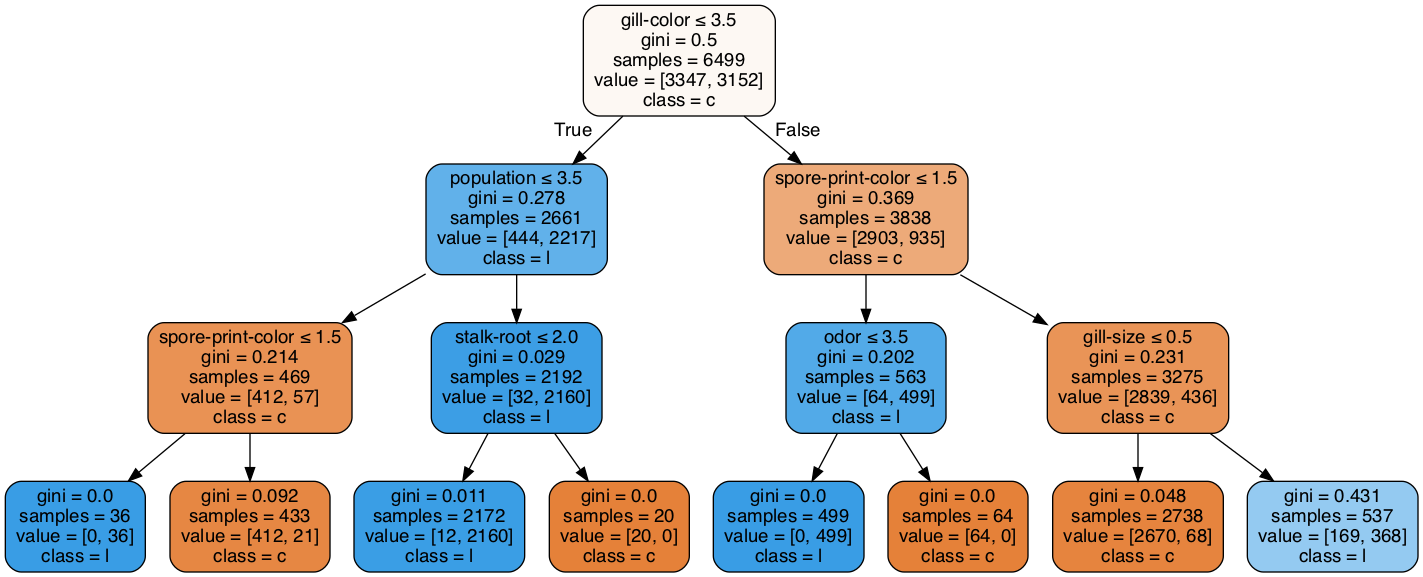
Earlier version of the Graphviz export Lab02/clf-max-depth-3.gv.png (anhle199/Intro2AI-HCMUS). Its source is kept beside it as Lab02/clf-max-depth-3.gv.
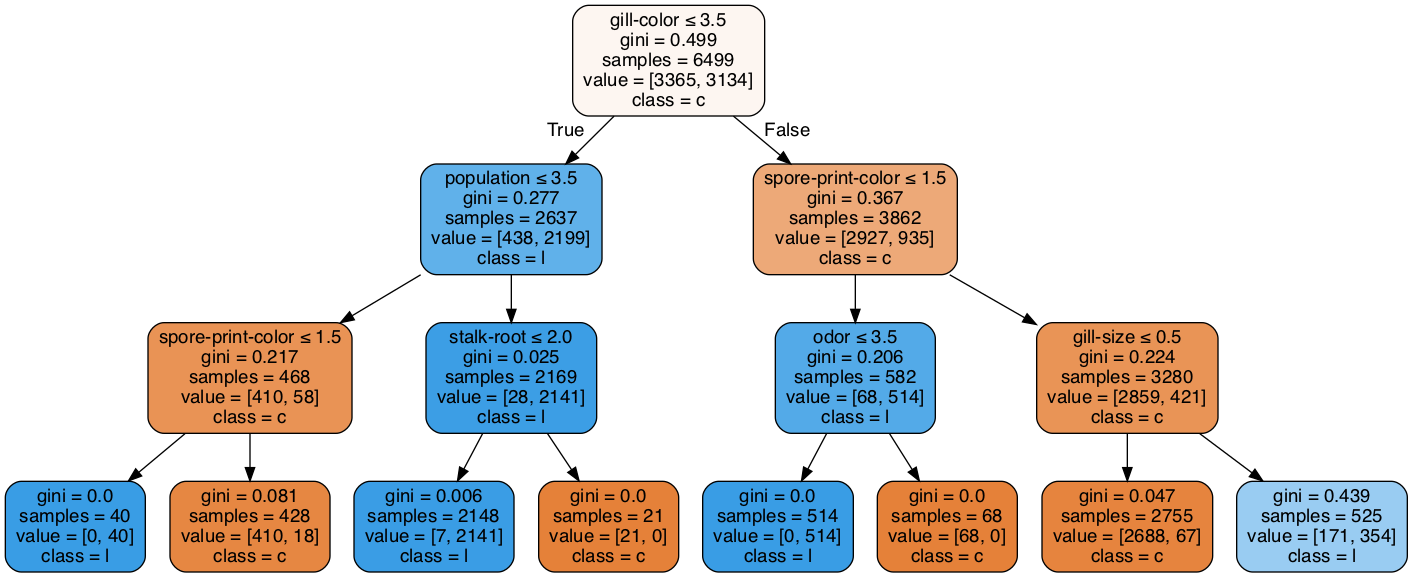
After the commit.

What changed in the source:
```diff
@@ -1,33 +1,33 @@
 digraph Tree {
 node [shape=box, style="filled, rounded", color="black", fontname=helvetica] ;
 edge [fontname=helvetica] ;
-0 [label=<gill-color &le; 3.5<br/>gini = 0.5<br/>samples = 6499<br/>value = [3347, 3152]<br/>class = c>, fillcolor="#fdf8f3"] ;
-1 [label=<population &le; 3.5<br/>gini = 0.278<br/>samples = 2661<br/>value = [444, 2217]<br/>class = l>, fillcolor="#61b1ea"] ;
+0 [label=<gill-color &le; 3.5<br/>gini = 0.499<br/>samples = 6499<br/>value = [3365, 3134]<br/>class = c>, fillcolor="#fdf6f1"] ;
+1 [label=<population &le; 3.5<br/>gini = 0.277<br/>samples = 2637<br/>value = [438, 2199]<br/>class = l>, fillcolor="#60b1ea"] ;
 0 -> 1 [labeldistance=2.5, labelangle=45, headlabel="True"] ;
-2 [label=<spore-print-color &le; 1.5<br/>gini = 0.214<br/>samples = 469<br/>value = [412, 57]<br/>class = c>, fillcolor="#e99254"] ;
+2 [label=<spore-print-color &le; 1.5<br/>gini = 0.217<br/>samples = 468<br/>value = [410, 58]<br/>class = c>, fillcolor="#e99355"] ;
 1 -> 2 ;
-3 [label=<gini = 0.0<br/>samples = 36<br/>value = [0, 36]<br/>class = l>, fillcolor="#399de5"] ;
+3 [label=<gini = 0.0<br/>samples = 40<br/>value = [0, 40]<br/>class = l>, fillcolor="#399de5"] ;
 2 -> 3 ;
-4 [label=<gini = 0.092<br/>samples = 433<br/>value = [412, 21]<br/>class = c>, fillcolor="#e68743"] ;
+4 [label=<gini = 0.081<br/>samples = 428<br/>value = [410, 18]<br/>class = c>, fillcolor="#e68742"] ;
 2 -> 4 ;
-5 [label=<stalk-root &le; 2.0<br/>gini = 0.029<br/>samples = 2192<br/>value = [32, 2160]<br/>class = l>, fillcolor="#3c9ee5"] ;
+5 [label=<stalk-root &le; 2.0<br/>gini = 0.025<br/>samples = 2169<br/>value = [28, 2141]<br/>class = l>, fillcolor="#3c9ee5"] ;
 1 -> 5 ;
-6 [label=<gini = 0.011<br/>samples = 2172<br/>value = [12, 2160]<br/>class = l>, fillcolor="#3a9ee5"] ;
+6 [label=<gini = 0.006<br/>samples = 2148<br/>value = [7, 2141]<br/>class = l>, fillcolor="#3a9de5"] ;
 5 -> 6 ;
-7 [label=<gini = 0.0<br/>samples = 20<br/>value = [20, 0]<br/>class = c>, fillcolor="#e58139"] ;
+7 [label=<gini = 0.0<br/>samples = 21<br/>value = [21, 0]<br/>class = c>, fillcolor="#e58139"] ;
 5 -> 7 ;
-8 [label=<spore-print-color &le; 1.5<br/>gini = 0.369<br/>samples = 3838<br/>value = [2903, 935]<br/>class = c>, fillcolor="#edaa79"] ;
+8 [label=<spore-print-color &le; 1.5<br/>gini = 0.367<br/>samples = 3862<br/>value = [2927, 935]<br/>class = c>, fillcolor="#eda978"] ;
 0 -> 8 [labeldistance=2.5, labelangle=-45, headlabel="False"] ;
-9 [label=<odor &le; 3.5<br/>gini = 0.202<br/>samples = 563<br/>value = [64, 499]<br/>class = l>, fillcolor="#52aae8"] ;
+9 [label=<odor &le; 3.5<br/>gini = 0.206<br/>samples = 582<br/>value = [68, 514]<br/>class = l>, fillcolor="#53aae8"] ;
 8 -> 9 ;
-10 [label=<gini = 0.0<br/>samples = 499<br/>value = [0, 499]<br/>class = l>, fillcolor="#399de5"] ;
+10 [label=<gini = 0.0<br/>samples = 514<br/>value = [0, 514]<br/>class = l>, fillcolor="#399de5"] ;
 9 -> 10 ;
-11 [label=<gini = 0.0<br/>samples = 64<br/>value = [64, 0]<br/>class = c>, fillcolor="#e58139"] ;
+11 [label=<gini = 0.0<br/>samples = 68<br/>value = [68, 0]<br/>class = c>, fillcolor="#e58139"] ;
 9 -> 11 ;
-12 [label=<gill-size &le; 0.5<br/>gini = 0.231<br/>samples = 3275<br/>value = [2839, 436]<br/>class = c>, fillcolor="#e99457"] ;
+12 [label=<gill-size &le; 0.5<br/>gini = 0.224<br/>samples = 3280<br/>value = [2859, 421]<br/>class = c>, fillcolor="#e99456"] ;
 8 -> 12 ;
-13 [label=<gini = 0.048<br/>samples = 2738<br/>value = [2670, 68]<br/>class = c>, fillcolor="#e6843e"] ;
+13 [label=<gini = 0.047<br/>samples = 2755<br/>value = [2688, 67]<br/>class = c>, fillcolor="#e6843e"] ;
 12 -> 13 ;
-14 [label=<gini = 0.431<br/>samples = 537<br/>value = [169, 368]<br/>class = l>, fillcolor="#94caf1"] ;
+14 [label=<gini = 0.439<br/>samples = 525<br/>value = [171, 354]<br/>class = l>, fillcolor="#99ccf2"] ;
 12 -> 14 ;
 }
```
